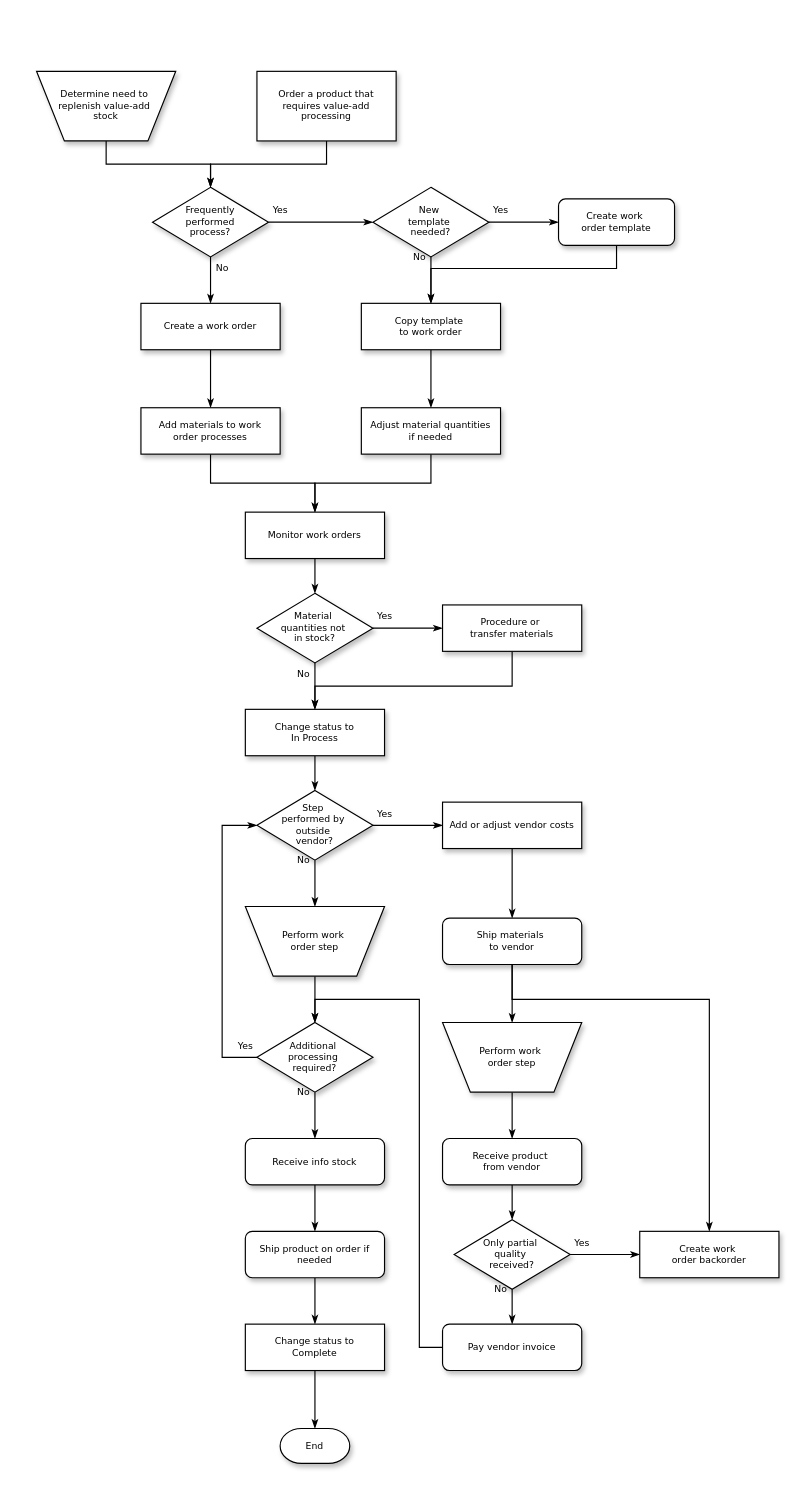
Earlier version of the draw.io diagram Untitled Diagram.drawio (tjbklx1/web_demo). Source tidied: cells renumbered, new cells numbered last; positions are measured from the earlier drawing's top-left corner, leaving out a move shared by most shapes. Both pictures are drawn from the tidied source at 116%, with x=0, y=0 at pixel (36, 71).
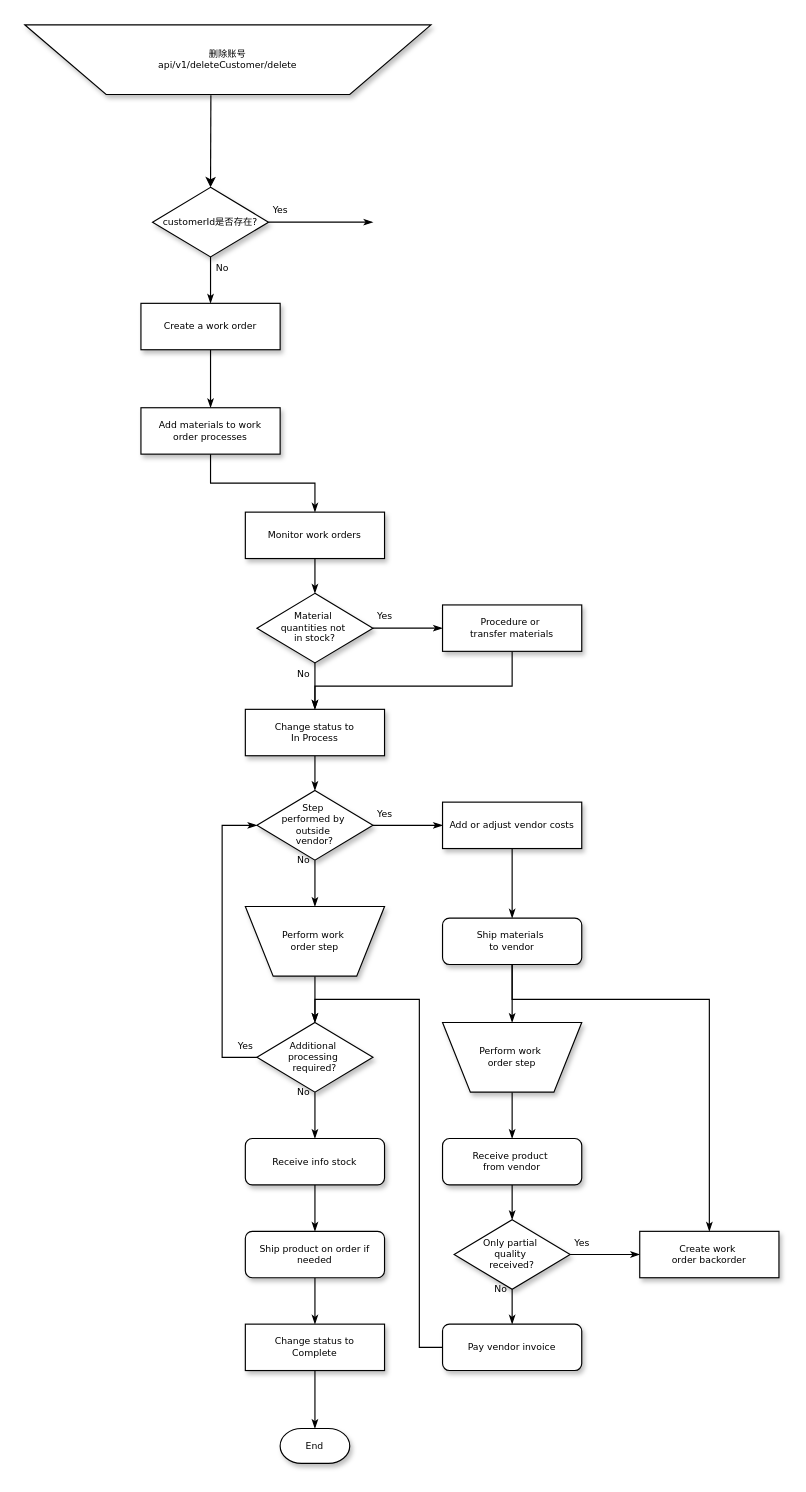
The same page after the edit.

The change refers to these unchanged cells:
```xml
<mxCell id="19" value="Add materials to work order processes" style="whiteSpace=wrap;html=1;rounded=0;shadow=1;labelBackgroundColor=none;strokeWidth=1;fontFamily=Verdana;fontSize=8;align=center;spacing=6;" parent="1" vertex="1">
  <mxGeometry x="90" y="290" width="120" height="40" as="geometry" />
</mxCell>
<mxCell id="23" value="Monitor work orders" style="whiteSpace=wrap;html=1;rounded=0;shadow=1;labelBackgroundColor=none;strokeWidth=1;fontFamily=Verdana;fontSize=8;align=center;" parent="1" vertex="1">
  <mxGeometry x="180" y="380" width="120" height="40" as="geometry" />
</mxCell>
```

Change to the diagram source:
```diff
@@
-    <mxCell id="2" style="edgeStyle=orthogonalEdgeStyle;rounded=0;html=1;labelBackgroundColor=none;startSize=5;endArrow=classicThin;endFill=1;endSize=5;jettySize=auto;strokeWidth=1;fontFamily=Verdana;fontSize=8;" parent="1" edge="1" source="3" target="8">
-      <mxGeometry relative="1" as="geometry" />
-    </mxCell>
-    <mxCell id="3" value="Determine need to&amp;nbsp;&lt;div&gt;replenish value-add&amp;nbsp;&lt;/div&gt;&lt;div&gt;stock&lt;/div&gt;" style="shape=trapezoid;whiteSpace=wrap;html=1;rounded=0;shadow=1;labelBackgroundColor=none;strokeWidth=1;fontFamily=Verdana;fontSize=8;align=center;flipV=1;" parent="1" vertex="1">
-      <mxGeometry width="120" height="60" as="geometry" />
+    <mxCell id="3" value="删除账号&lt;br&gt;&lt;span style=&quot;font-size: 8px&quot;&gt;api/v1/deleteCustomer/delete&lt;/span&gt;" style="shape=trapezoid;whiteSpace=wrap;html=1;rounded=0;shadow=1;labelBackgroundColor=none;strokeWidth=1;fontFamily=Verdana;fontSize=8;align=center;flipV=1;direction=east;" parent="1" vertex="1">
+      <mxGeometry x="-10" y="-40" width="350" height="60" as="geometry" />
     </mxCell>
-    <mxCell id="4" style="edgeStyle=orthogonalEdgeStyle;rounded=0;html=1;labelBackgroundColor=none;startSize=5;endArrow=classicThin;endFill=1;endSize=5;jettySize=auto;strokeWidth=1;fontFamily=Verdana;fontSize=8;" parent="1" edge="1" source="5" target="8">
-      <mxGeometry relative="1" as="geometry" />
-    </mxCell>
-    <mxCell id="5" value="Order a product that&lt;div&gt;requires value-add processing&lt;/div&gt;" style="rounded=0;whiteSpace=wrap;html=1;shadow=1;labelBackgroundColor=none;strokeWidth=1;fontFamily=Verdana;fontSize=8;align=center;" parent="1" vertex="1">
-      <mxGeometry x="190" width="120" height="60" as="geometry" />
-    </mxCell>
-    <mxCell id="6" value="Yes" style="edgeStyle=orthogonalEdgeStyle;rounded=0;html=1;labelBackgroundColor=none;startSize=5;endArrow=classicThin;endFill=1;endSize=5;jettySize=auto;strokeWidth=1;fontFamily=Verdana;fontSize=8;" parent="1" edge="1" source="8" target="11">
-      <mxGeometry x="-0.78" y="10" relative="1" as="geometry" />
+    <mxCell id="6" value="Yes" style="edgeStyle=orthogonalEdgeStyle;rounded=0;html=1;labelBackgroundColor=none;startSize=5;endArrow=classicThin;endFill=1;endSize=5;jettySize=auto;strokeWidth=1;fontFamily=Verdana;fontSize=8;" parent="1" edge="1" source="8">
+      <mxGeometry x="-0.78" y="10" relative="1" as="geometry">
+        <mxPoint x="290" y="130" as="targetPoint" />
+      </mxGeometry>
     </mxCell>
@@
-    <mxCell id="8" value="Frequently&lt;div&gt;performed&lt;/div&gt;&lt;div&gt;process?&lt;/div&gt;" style="rhombus;whiteSpace=wrap;html=1;rounded=0;shadow=1;labelBackgroundColor=none;strokeWidth=1;fontFamily=Verdana;fontSize=8;align=center;" parent="1" vertex="1">
+    <mxCell id="8" value="customerId是否存在?" style="rhombus;whiteSpace=wrap;html=1;rounded=0;shadow=1;labelBackgroundColor=none;strokeWidth=1;fontFamily=Verdana;fontSize=8;align=center;" parent="1" vertex="1">
       <mxGeometry x="100" y="100" width="100" height="60" as="geometry" />
     </mxCell>
-    <mxCell id="9" value="Yes" style="edgeStyle=orthogonalEdgeStyle;rounded=0;html=1;labelBackgroundColor=none;startSize=5;endArrow=classicThin;endFill=1;endSize=5;jettySize=auto;strokeWidth=1;fontFamily=Verdana;fontSize=8;" parent="1" edge="1" source="11" target="13">
-      <mxGeometry x="-0.67" y="10" relative="1" as="geometry" />
-    </mxCell>
-    <mxCell id="10" value="No" style="edgeStyle=orthogonalEdgeStyle;rounded=0;html=1;labelBackgroundColor=none;startSize=5;endArrow=classicThin;endFill=1;endSize=5;jettySize=auto;strokeWidth=1;fontFamily=Verdana;fontSize=8;" parent="1" edge="1" source="11" target="17">
-      <mxGeometry x="-1" y="-10" relative="1" as="geometry" />
-    </mxCell>
-    <mxCell id="11" value="New&amp;nbsp;&lt;div&gt;template&amp;nbsp;&lt;/div&gt;&lt;div&gt;needed?&lt;/div&gt;" style="rhombus;whiteSpace=wrap;html=1;rounded=0;shadow=1;labelBackgroundColor=none;strokeWidth=1;fontFamily=Verdana;fontSize=8;align=center;" parent="1" vertex="1">
-      <mxGeometry x="290" y="100" width="100" height="60" as="geometry" />
-    </mxCell>
-    <mxCell id="12" style="edgeStyle=orthogonalEdgeStyle;rounded=0;html=1;labelBackgroundColor=none;startSize=5;endArrow=classicThin;endFill=1;endSize=5;jettySize=auto;strokeWidth=1;fontFamily=Verdana;fontSize=8;" parent="1" edge="1" source="13" target="17">
-      <mxGeometry relative="1" as="geometry">
-        <Array as="points">
-          <mxPoint x="500" y="170" />
-          <mxPoint x="340" y="170" />
-        </Array>
-      </mxGeometry>
-    </mxCell>
-    <mxCell id="13" value="Create work&amp;nbsp;&lt;div&gt;order template&lt;/div&gt;" style="rounded=1;whiteSpace=wrap;html=1;shadow=1;labelBackgroundColor=none;strokeWidth=1;fontFamily=Verdana;fontSize=8;align=center;" parent="1" vertex="1">
-      <mxGeometry x="450" y="110" width="100" height="40" as="geometry" />
-    </mxCell>
@@
-    <mxCell id="16" style="edgeStyle=orthogonalEdgeStyle;rounded=0;html=1;labelBackgroundColor=none;startSize=5;endArrow=classicThin;endFill=1;endSize=5;jettySize=auto;strokeWidth=1;fontFamily=Verdana;fontSize=8;" parent="1" edge="1" source="17" target="21">
-      <mxGeometry relative="1" as="geometry" />
-    </mxCell>
-    <mxCell id="17" value="Copy template&amp;nbsp;&lt;div&gt;to work order&lt;/div&gt;" style="whiteSpace=wrap;html=1;rounded=0;shadow=1;labelBackgroundColor=none;strokeWidth=1;fontFamily=Verdana;fontSize=8;align=center;" parent="1" vertex="1">
-      <mxGeometry x="280" y="200" width="120" height="40" as="geometry" />
-    </mxCell>
-    <mxCell id="18" style="edgeStyle=orthogonalEdgeStyle;rounded=0;html=1;labelBackgroundColor=none;startSize=5;endArrow=classicThin;endFill=1;endSize=5;jettySize=auto;strokeWidth=1;fontFamily=Verdana;fontSize=8;" parent="1" edge="1" source="19" target="23">
-      <mxGeometry relative="1" as="geometry" />
-    </mxCell>
@@
-    <mxCell id="20" style="edgeStyle=orthogonalEdgeStyle;rounded=0;html=1;labelBackgroundColor=none;startSize=5;endArrow=classicThin;endFill=1;endSize=5;jettySize=auto;strokeWidth=1;fontFamily=Verdana;fontSize=8;" parent="1" edge="1" source="21" target="23">
+    <mxCell id="20" style="edgeStyle=orthogonalEdgeStyle;rounded=0;html=1;labelBackgroundColor=none;startSize=5;endArrow=classicThin;endFill=1;endSize=5;jettySize=auto;strokeWidth=1;fontFamily=Verdana;fontSize=8;exitX=0.5;exitY=1;exitDx=0;exitDy=0;" parent="1" edge="1" source="19" target="23">
       <mxGeometry relative="1" as="geometry" />
     </mxCell>
-    <mxCell id="21" value="Adjust material quantities if needed" style="whiteSpace=wrap;html=1;rounded=0;shadow=1;labelBackgroundColor=none;strokeWidth=1;fontFamily=Verdana;fontSize=8;align=center;spacing=6;" parent="1" vertex="1">
-      <mxGeometry x="280" y="290" width="120" height="40" as="geometry" />
-    </mxCell>
@@
+    <mxCell id="2" style="endArrow=classic;html=1;rounded=0;exitX=0.458;exitY=-0.01;exitDx=0;exitDy=0;exitPerimeter=0;entryX=0.5;entryY=0;entryDx=0;entryDy=0;" parent="1" edge="1" source="3" target="8">
+      <mxGeometry relative="1" as="geometry" />
+    </mxCell>
```
